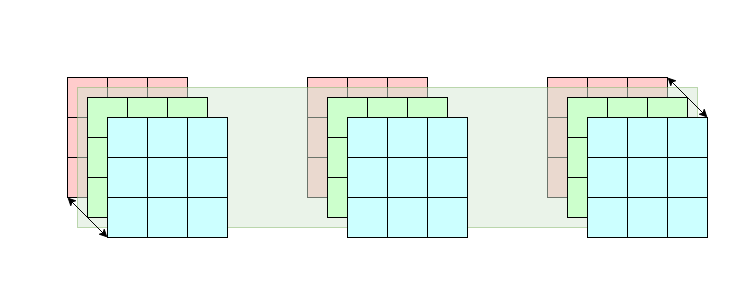
Isaac-the-Man/diagrams keeps this draw.io diagram as page "Page-1" (1 of 5) of diagram2.drawio. Above is the earlier version. Source tidied: cells renumbered, new cells numbered last; positions are measured from the earlier drawing's top-left corner, leaving out a move shared by most shapes. Both pictures are drawn from the tidied source at 100%, with x=0, y=0 at pixel (67, 77).
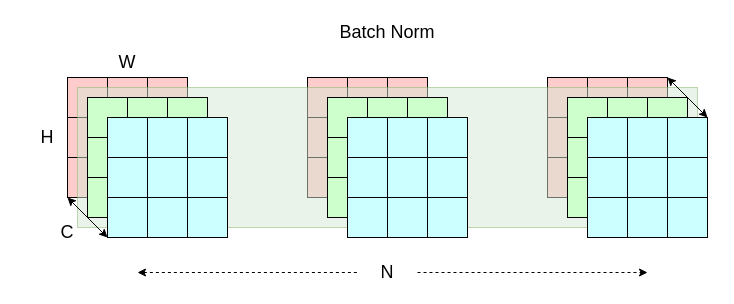
After the change.

Unchanged cells that the change refers to:
```xml
<mxCell id="11" style="whiteSpace=wrap;html=1;fillColor=#FFCCCC;" parent="2" vertex="1">
  <mxGeometry x="560" width="40" height="40" as="geometry" />
</mxCell>
<mxCell id="21" style="whiteSpace=wrap;html=1;fillColor=#FFCCCC;" parent="2" vertex="1">
  <mxGeometry y="80" width="40" height="40" as="geometry" />
</mxCell>
<mxCell id="64" style="whiteSpace=wrap;html=1;fillColor=#CCFFFF;" parent="63" vertex="1">
  <mxGeometry y="80" width="40" height="40" as="geometry" />
</mxCell>
<mxCell id="92" style="whiteSpace=wrap;html=1;fillColor=#CCFFFF;" parent="83" vertex="1">
  <mxGeometry x="80" width="40" height="40" as="geometry" />
</mxCell>
```

Diff of the diagram source:
```diff
@@
+    <mxCell id="95" style="group;" parent="1" vertex="1">
+      <mxGeometry x="-50" y="-60" width="690" height="270" as="geometry" />
+    </mxCell>
-    <mxCell id="2" style="group;" parent="1" vertex="1">
-      <mxGeometry width="600" height="120" as="geometry" />
+    <mxCell id="2" style="group;" parent="95" vertex="1">
+      <mxGeometry x="50" y="60" width="600" height="120" as="geometry" />
     </mxCell>
@@
-    <mxCell id="30" style="rounded=0;whiteSpace=wrap;html=1;fillColor=#d5e8d4;strokeColor=#82b366;glass=0;opacity=50;" parent="1" vertex="1">
-      <mxGeometry x="10" y="10" width="620" height="140" as="geometry" />
+    <mxCell id="30" style="rounded=0;whiteSpace=wrap;html=1;fillColor=#d5e8d4;strokeColor=#82b366;glass=0;opacity=50;" parent="95" vertex="1">
+      <mxGeometry x="60" y="70" width="620" height="140" as="geometry" />
     </mxCell>
-    <mxCell id="31" style="group;" parent="1" vertex="1">
-      <mxGeometry x="20" y="20" width="620" height="140" as="geometry" />
+    <mxCell id="31" style="group;" parent="95" vertex="1">
+      <mxGeometry x="70" y="80" width="620" height="140" as="geometry" />
     </mxCell>
@@
-    <mxCell id="93" style="endArrow=classic;startArrow=classic;html=1;rounded=0;entryX=1;entryY=0;entryDx=0;entryDy=0;exitX=1;exitY=0;exitDx=0;exitDy=0;" parent="1" edge="1" source="11" target="92">
+    <mxCell id="93" style="endArrow=classic;startArrow=classic;html=1;rounded=0;entryX=1;entryY=0;entryDx=0;entryDy=0;exitX=1;exitY=0;exitDx=0;exitDy=0;" parent="95" edge="1" source="11" target="92">
       <mxGeometry relative="1" as="geometry" />
     </mxCell>
-    <mxCell id="94" style="endArrow=classic;startArrow=classic;html=1;rounded=0;exitX=0;exitY=1;exitDx=0;exitDy=0;entryX=0;entryY=1;entryDx=0;entryDy=0;" parent="1" edge="1" source="21" target="64">
+    <mxCell id="94" style="endArrow=classic;startArrow=classic;html=1;rounded=0;exitX=0;exitY=1;exitDx=0;exitDy=0;entryX=0;entryY=1;entryDx=0;entryDy=0;" parent="95" edge="1" source="21" target="64">
       <mxGeometry relative="1" as="geometry" />
     </mxCell>
+    <mxCell id="96" style="group;" parent="95" vertex="1">
+      <mxGeometry y="30" width="140" height="200" as="geometry" />
+    </mxCell>
+    <mxCell id="97" value="&lt;font style=&quot;font-size: 18px;&quot;&gt;H&lt;/font&gt;" style="text;strokeColor=none;align=center;fillColor=none;html=1;verticalAlign=middle;whiteSpace=wrap;rounded=0;" parent="96" vertex="1">
+      <mxGeometry y="75" width="60" height="30" as="geometry" />
+    </mxCell>
+    <mxCell id="98" value="&lt;font style=&quot;font-size: 18px;&quot;&gt;W&lt;/font&gt;" style="text;strokeColor=none;align=center;fillColor=none;html=1;verticalAlign=middle;whiteSpace=wrap;rounded=0;" parent="96" vertex="1">
+      <mxGeometry x="80" width="60" height="30" as="geometry" />
+    </mxCell>
+    <mxCell id="99" value="&lt;font style=&quot;font-size: 18px;&quot;&gt;C&lt;/font&gt;" style="text;strokeColor=none;align=center;fillColor=none;html=1;verticalAlign=middle;whiteSpace=wrap;rounded=0;" parent="96" vertex="1">
+      <mxGeometry x="20" y="170" width="60" height="30" as="geometry" />
+    </mxCell>
+    <mxCell id="100" style="endArrow=classic;startArrow=none;html=1;rounded=0;fontSize=18;dashed=1;" parent="95" edge="1" source="102">
+      <mxGeometry relative="1" as="geometry">
+        <mxPoint x="630" y="255" as="targetPoint" />
+      </mxGeometry>
+    </mxCell>
+    <mxCell id="101" style="endArrow=none;startArrow=classic;html=1;rounded=0;fontSize=18;dashed=1;" parent="95" edge="1" target="102">
+      <mxGeometry relative="1" as="geometry">
+        <mxPoint x="120" y="255" as="sourcePoint" />
+      </mxGeometry>
+    </mxCell>
+    <mxCell id="102" value="N" style="text;strokeColor=none;align=center;fillColor=none;html=1;verticalAlign=middle;whiteSpace=wrap;rounded=0;fontSize=18;" parent="95" vertex="1">
+      <mxGeometry x="340" y="240" width="60" height="30" as="geometry" />
+    </mxCell>
+    <mxCell id="103" value="Batch Norm" style="text;strokeColor=none;align=center;fillColor=none;html=1;verticalAlign=middle;whiteSpace=wrap;rounded=0;fontSize=18;" parent="95" vertex="1">
+      <mxGeometry x="280" width="180" height="30" as="geometry" />
+    </mxCell>
```
